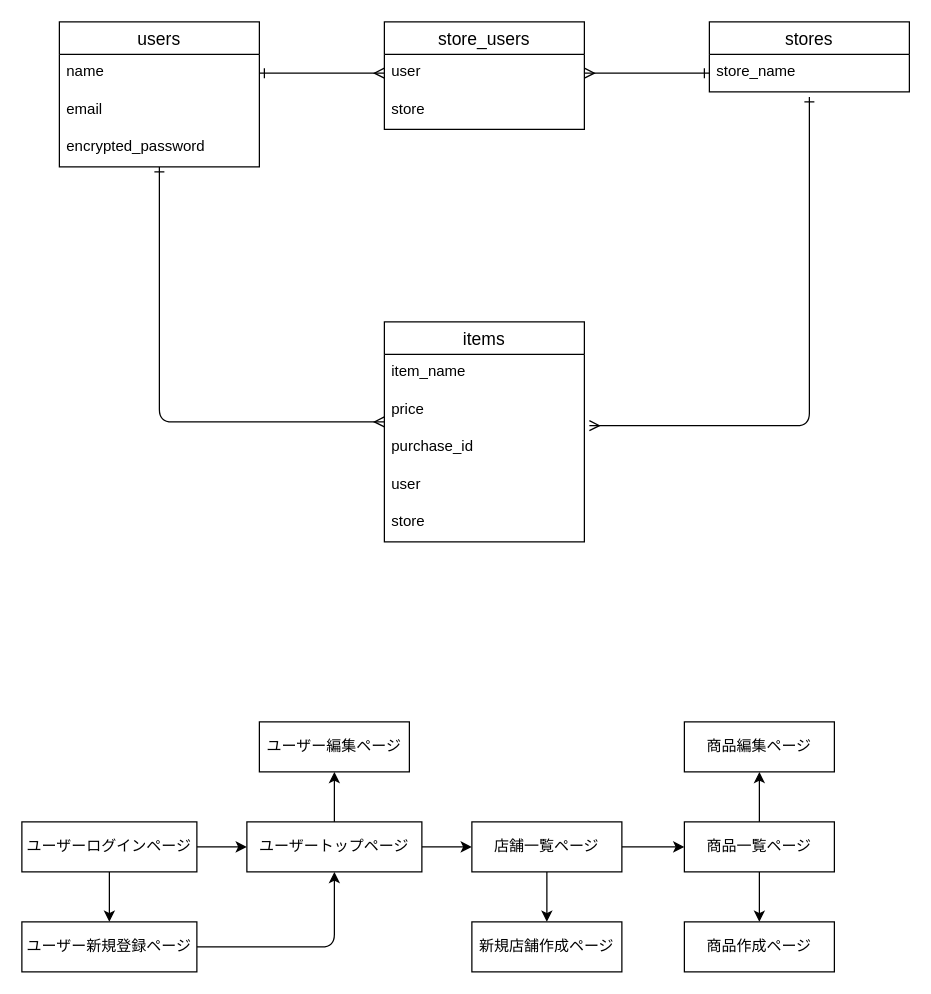
Earlier version of the draw.io diagram shoppinglist.dio (yoshimihi6/shopping-list). Source tidied: cells renumbered, new cells numbered last; positions are measured from the earlier drawing's top-left corner, leaving out a move shared by most shapes. Both pictures are drawn from the tidied source at 125%, with x=0, y=0 at pixel (21, 21).
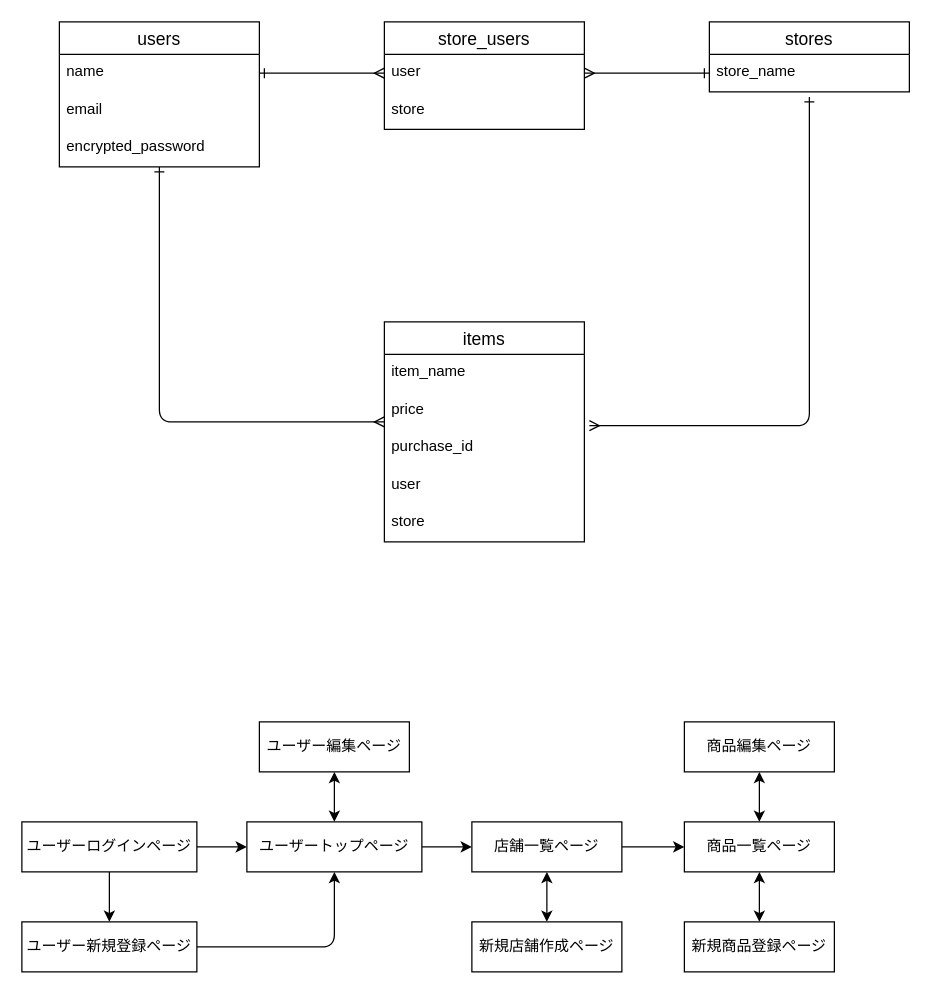
After the change.

Unchanged cells that the change refers to:
```xml
<mxCell id="26" value="ユーザートップページ" style="rounded=0;whiteSpace=wrap;html=1;" parent="1" vertex="1">
  <mxGeometry x="180" y="640" width="140" height="40" as="geometry" />
</mxCell>
<mxCell id="31" value="店舗一覧ページ" style="rounded=0;whiteSpace=wrap;html=1;" parent="1" vertex="1">
  <mxGeometry x="360" y="640" width="120" height="40" as="geometry" />
</mxCell>
<mxCell id="32" value="新規店舗作成ページ" style="rounded=0;whiteSpace=wrap;html=1;" parent="1" vertex="1">
  <mxGeometry x="360" y="720" width="120" height="40" as="geometry" />
</mxCell>
<mxCell id="35" value="商品一覧ページ" style="rounded=0;whiteSpace=wrap;html=1;" parent="1" vertex="1">
  <mxGeometry x="530" y="640" width="120" height="40" as="geometry" />
</mxCell>
<mxCell id="37" value="商品編集ページ" style="rounded=0;whiteSpace=wrap;html=1;" parent="1" vertex="1">
  <mxGeometry x="530" y="560" width="120" height="40" as="geometry" />
</mxCell>
<mxCell id="38" value="ユーザー編集ページ" style="rounded=0;whiteSpace=wrap;html=1;" parent="1" vertex="1">
  <mxGeometry x="190" y="560" width="120" height="40" as="geometry" />
</mxCell>
```

Diff of the diagram source:
```diff
@@
-    <mxCell id="25" style="edgeStyle=none;html=1;exitX=0.5;exitY=0;exitDx=0;exitDy=0;entryX=0.5;entryY=1;entryDx=0;entryDy=0;startArrow=none;startFill=0;endArrow=classic;endFill=1;" parent="1" edge="1" source="26" target="38">
+    <mxCell id="25" style="edgeStyle=none;html=1;exitX=0.5;exitY=0;exitDx=0;exitDy=0;entryX=0.5;entryY=1;entryDx=0;entryDy=0;startArrow=classic;startFill=1;endArrow=classic;endFill=1;" parent="1" edge="1" source="26" target="38">
       <mxGeometry relative="1" as="geometry" />
     </mxCell>
@@
-    <mxCell id="29" style="edgeStyle=none;html=1;entryX=0.5;entryY=0;entryDx=0;entryDy=0;startArrow=none;startFill=0;endArrow=classic;endFill=1;" parent="1" edge="1" source="31" target="32">
+    <mxCell id="29" style="edgeStyle=none;html=1;entryX=0.5;entryY=0;entryDx=0;entryDy=0;startArrow=classic;startFill=1;endArrow=classic;endFill=1;" parent="1" edge="1" source="31" target="32">
       <mxGeometry relative="1" as="geometry" />
     </mxCell>
@@
-    <mxCell id="33" style="edgeStyle=none;html=1;exitX=0.5;exitY=1;exitDx=0;exitDy=0;entryX=0.5;entryY=0;entryDx=0;entryDy=0;startArrow=none;startFill=0;endArrow=classic;endFill=1;" parent="1" edge="1" source="35" target="36">
+    <mxCell id="33" style="edgeStyle=none;html=1;exitX=0.5;exitY=1;exitDx=0;exitDy=0;entryX=0.5;entryY=0;entryDx=0;entryDy=0;startArrow=classic;startFill=1;endArrow=classic;endFill=1;" parent="1" edge="1" source="35" target="36">
       <mxGeometry relative="1" as="geometry" />
     </mxCell>
-    <mxCell id="34" style="edgeStyle=none;html=1;exitX=0.5;exitY=0;exitDx=0;exitDy=0;entryX=0.5;entryY=1;entryDx=0;entryDy=0;startArrow=none;startFill=0;endArrow=classic;endFill=1;" parent="1" edge="1" source="35" target="37">
+    <mxCell id="34" style="edgeStyle=none;html=1;exitX=0.5;exitY=0;exitDx=0;exitDy=0;entryX=0.5;entryY=1;entryDx=0;entryDy=0;startArrow=classic;startFill=1;endArrow=classic;endFill=1;" parent="1" edge="1" source="35" target="37">
       <mxGeometry relative="1" as="geometry" />
     </mxCell>
@@
-    <mxCell id="36" value="商品作成ページ" style="rounded=0;whiteSpace=wrap;html=1;" parent="1" vertex="1">
+    <mxCell id="36" value="新規商品登録ページ" style="rounded=0;whiteSpace=wrap;html=1;" parent="1" vertex="1">
       <mxGeometry x="530" y="720" width="120" height="40" as="geometry" />
     </mxCell>
```
